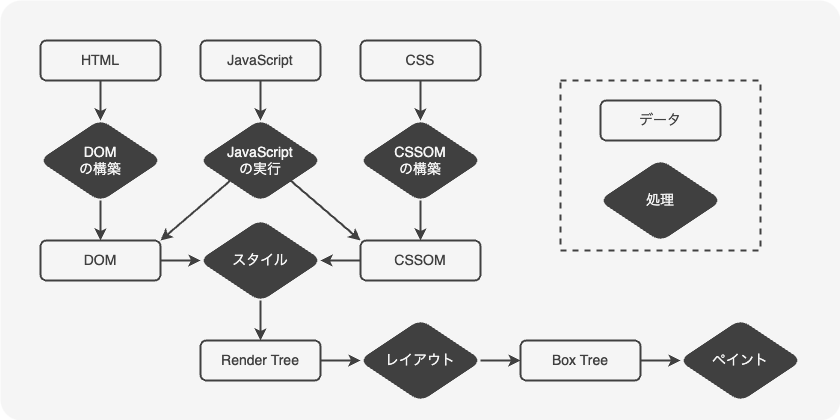
The draw.io diagram public/images/rendering-overview.png in hwld/portfolio, before a commit. Source tidied: cells renumbered, new cells last; positions are measured from the earlier drawing's top-left corner, leaving out a move shared by most shapes. Its diagram source:
```xml
<mxGraphModel>
  <root>
    <mxCell id="0" />
    <mxCell id="1" value="背景" parent="0" />
    <mxCell id="2" style="rounded=1;whiteSpace=wrap;html=1;fillColor=#F5F5F5;strokeColor=none;arcSize=5;" parent="1" vertex="1">
      <mxGeometry width="840" height="420" as="geometry" />
    </mxCell>
    <mxCell id="3" value="図" parent="0" />
    <mxCell id="4" value="HTML" style="rounded=1;whiteSpace=wrap;html=1;strokeColor=#404040;fontColor=#404040;strokeWidth=2;fontSize=14;fillColor=none;" parent="3" vertex="1">
      <mxGeometry x="40" y="40" width="120" height="40" as="geometry" />
    </mxCell>
    <mxCell id="5" value="CSS" style="rounded=1;whiteSpace=wrap;html=1;strokeColor=#404040;fontColor=#404040;strokeWidth=2;fontSize=14;fillColor=none;" parent="3" vertex="1">
      <mxGeometry x="360" y="40" width="120" height="40" as="geometry" />
    </mxCell>
    <mxCell id="6" value="JavaScript" style="rounded=1;whiteSpace=wrap;html=1;strokeColor=#404040;fontColor=#404040;strokeWidth=2;fontSize=14;fillColor=none;" parent="3" vertex="1">
      <mxGeometry x="200" y="40" width="120" height="40" as="geometry" />
    </mxCell>
    <mxCell id="7" value="DOM" style="rounded=1;whiteSpace=wrap;html=1;strokeColor=#404040;fontColor=#404040;strokeWidth=2;fontSize=14;fillColor=none;" parent="3" vertex="1">
      <mxGeometry x="40" y="240" width="120" height="40" as="geometry" />
    </mxCell>
    <mxCell id="8" value="CSSOM" style="rounded=1;whiteSpace=wrap;html=1;strokeColor=#404040;fontColor=#404040;strokeWidth=2;fontSize=14;fillColor=none;" parent="3" vertex="1">
      <mxGeometry x="360" y="240" width="120" height="40" as="geometry" />
    </mxCell>
    <mxCell id="9" value="Render Tree" style="rounded=1;whiteSpace=wrap;html=1;strokeColor=#404040;fontColor=#404040;strokeWidth=2;fontSize=14;fillColor=none;" parent="3" vertex="1">
      <mxGeometry x="200" y="340" width="120" height="40" as="geometry" />
    </mxCell>
    <mxCell id="10" value="Box Tree" style="rounded=1;whiteSpace=wrap;html=1;strokeColor=#404040;fontColor=#404040;strokeWidth=2;fontSize=14;fillColor=none;" parent="3" vertex="1">
      <mxGeometry x="520" y="340" width="120" height="40" as="geometry" />
    </mxCell>
    <mxCell id="11" value="レイアウト" style="rhombus;whiteSpace=wrap;html=1;strokeWidth=2;strokeColor=#404040;fontSize=14;fillColor=#404040;rounded=1;fontColor=#F5F5F5;" parent="3" vertex="1">
      <mxGeometry x="360" y="320" width="120" height="80" as="geometry" />
    </mxCell>
    <mxCell id="12" value="ペイント" style="rhombus;whiteSpace=wrap;html=1;strokeWidth=2;strokeColor=#404040;fontSize=14;fillColor=#404040;rounded=1;fontColor=#F5F5F5;" parent="3" vertex="1">
      <mxGeometry x="680" y="320" width="120" height="80" as="geometry" />
    </mxCell>
    <mxCell id="13" value="スタイル" style="rhombus;whiteSpace=wrap;html=1;strokeWidth=2;strokeColor=#404040;fontSize=14;fillColor=#404040;rounded=1;fontColor=#F5F5F5;" parent="3" vertex="1">
      <mxGeometry x="200" y="220" width="120" height="80" as="geometry" />
    </mxCell>
    <mxCell id="14" style="endArrow=classic;html=1;rounded=0;exitX=1;exitY=0.5;exitDx=0;exitDy=0;entryX=0;entryY=0.5;entryDx=0;entryDy=0;strokeWidth=2;strokeColor=#404040;" parent="3" edge="1" source="7" target="13">
      <mxGeometry relative="1" as="geometry" />
    </mxCell>
    <mxCell id="15" style="endArrow=classic;html=1;rounded=0;exitX=0.5;exitY=1;exitDx=0;exitDy=0;entryX=0.5;entryY=0;entryDx=0;entryDy=0;strokeWidth=2;strokeColor=#404040;" parent="3" edge="1" source="4" target="27">
      <mxGeometry relative="1" as="geometry" />
    </mxCell>
    <mxCell id="16" style="endArrow=classic;html=1;rounded=0;exitX=0.5;exitY=1;exitDx=0;exitDy=0;entryX=0.5;entryY=0;entryDx=0;entryDy=0;strokeWidth=2;strokeColor=#404040;" parent="3" edge="1" source="5" target="26">
      <mxGeometry relative="1" as="geometry" />
    </mxCell>
    <mxCell id="17" style="endArrow=classic;html=1;rounded=0;exitX=0.5;exitY=1;exitDx=0;exitDy=0;entryX=0.5;entryY=0;entryDx=0;entryDy=0;strokeWidth=2;strokeColor=#404040;" parent="3" edge="1" source="6" target="30">
      <mxGeometry relative="1" as="geometry" />
    </mxCell>
    <mxCell id="18" style="endArrow=classic;html=1;rounded=0;exitX=0;exitY=0.5;exitDx=0;exitDy=0;strokeWidth=2;strokeColor=#404040;entryX=1;entryY=0.5;entryDx=0;entryDy=0;" parent="3" edge="1" source="8" target="13">
      <mxGeometry relative="1" as="geometry" />
    </mxCell>
    <mxCell id="19" style="endArrow=classic;html=1;rounded=0;exitX=0.5;exitY=1;exitDx=0;exitDy=0;entryX=0.5;entryY=0;entryDx=0;entryDy=0;strokeWidth=2;strokeColor=#404040;" parent="3" edge="1" source="13" target="9">
      <mxGeometry relative="1" as="geometry" />
    </mxCell>
    <mxCell id="20" style="endArrow=classic;html=1;rounded=0;exitX=1;exitY=0.5;exitDx=0;exitDy=0;entryX=0;entryY=0.5;entryDx=0;entryDy=0;strokeWidth=2;strokeColor=#404040;" parent="3" edge="1" source="9" target="11">
      <mxGeometry relative="1" as="geometry" />
    </mxCell>
    <mxCell id="21" style="endArrow=classic;html=1;rounded=0;exitX=1;exitY=0.5;exitDx=0;exitDy=0;entryX=0;entryY=0.5;entryDx=0;entryDy=0;strokeWidth=2;strokeColor=#404040;" parent="3" edge="1" source="11" target="10">
      <mxGeometry relative="1" as="geometry" />
    </mxCell>
    <mxCell id="22" style="endArrow=classic;html=1;rounded=0;exitX=1;exitY=0.5;exitDx=0;exitDy=0;entryX=0;entryY=0.5;entryDx=0;entryDy=0;strokeWidth=2;strokeColor=#404040;" parent="3" edge="1" source="10" target="12">
      <mxGeometry relative="1" as="geometry" />
    </mxCell>
    <mxCell id="23" style="rounded=0;whiteSpace=wrap;html=1;strokeColor=#404040;fontColor=#404040;strokeWidth=2;fontSize=14;fillColor=none;dashed=1;" parent="3" vertex="1">
      <mxGeometry x="560" y="80" width="200" height="170" as="geometry" />
    </mxCell>
    <mxCell id="24" value="データ" style="rounded=1;whiteSpace=wrap;html=1;strokeColor=#404040;fontColor=#404040;strokeWidth=2;fontSize=14;fillColor=none;" parent="3" vertex="1">
      <mxGeometry x="600" y="100" width="120" height="40" as="geometry" />
    </mxCell>
    <mxCell id="25" value="処理" style="rhombus;whiteSpace=wrap;html=1;strokeWidth=2;strokeColor=#404040;fontSize=14;fillColor=#404040;rounded=1;fontColor=#F5F5F5;" parent="3" vertex="1">
      <mxGeometry x="600" y="160" width="120" height="80" as="geometry" />
    </mxCell>
    <mxCell id="26" value="CSSOM&lt;div&gt;の構築&lt;/div&gt;" style="rhombus;whiteSpace=wrap;html=1;strokeWidth=2;strokeColor=#404040;fontSize=14;fillColor=#404040;rounded=1;fontColor=#F5F5F5;" parent="3" vertex="1">
      <mxGeometry x="360" y="120" width="120" height="80" as="geometry" />
    </mxCell>
    <mxCell id="27" value="DOM&lt;div&gt;の構築&lt;/div&gt;" style="rhombus;whiteSpace=wrap;html=1;strokeWidth=2;strokeColor=#404040;fontSize=14;fillColor=#404040;rounded=1;fontColor=#F5F5F5;" parent="3" vertex="1">
      <mxGeometry x="40" y="120" width="120" height="80" as="geometry" />
    </mxCell>
    <mxCell id="28" style="endArrow=classic;html=1;rounded=0;exitX=0.5;exitY=1;exitDx=0;exitDy=0;entryX=0.5;entryY=0;entryDx=0;entryDy=0;strokeWidth=2;strokeColor=#404040;" parent="3" edge="1" source="26" target="8">
      <mxGeometry relative="1" as="geometry" />
    </mxCell>
    <mxCell id="29" style="endArrow=classic;html=1;rounded=0;exitX=0.5;exitY=1;exitDx=0;exitDy=0;entryX=0.5;entryY=0;entryDx=0;entryDy=0;strokeWidth=2;strokeColor=#404040;" parent="3" edge="1" source="27" target="7">
      <mxGeometry relative="1" as="geometry" />
    </mxCell>
    <mxCell id="30" value="JavaScript&lt;div&gt;の実行&lt;/div&gt;" style="rhombus;whiteSpace=wrap;html=1;strokeWidth=2;strokeColor=#404040;fontSize=14;fillColor=#404040;rounded=1;fontColor=#F5F5F5;" parent="3" vertex="1">
      <mxGeometry x="200" y="120" width="120" height="80" as="geometry" />
    </mxCell>
    <mxCell id="31" style="endArrow=classic;html=1;rounded=0;exitX=1;exitY=1;exitDx=0;exitDy=0;entryX=0;entryY=0;entryDx=0;entryDy=0;strokeWidth=2;strokeColor=#404040;" parent="3" edge="1" source="30" target="8">
      <mxGeometry relative="1" as="geometry" />
    </mxCell>
    <mxCell id="32" style="endArrow=classic;html=1;rounded=0;exitX=0;exitY=1;exitDx=0;exitDy=0;entryX=1;entryY=0;entryDx=0;entryDy=0;strokeWidth=2;strokeColor=#404040;" parent="3" edge="1" source="30" target="7">
      <mxGeometry relative="1" as="geometry" />
    </mxCell>
  </root>
</mxGraphModel>
```
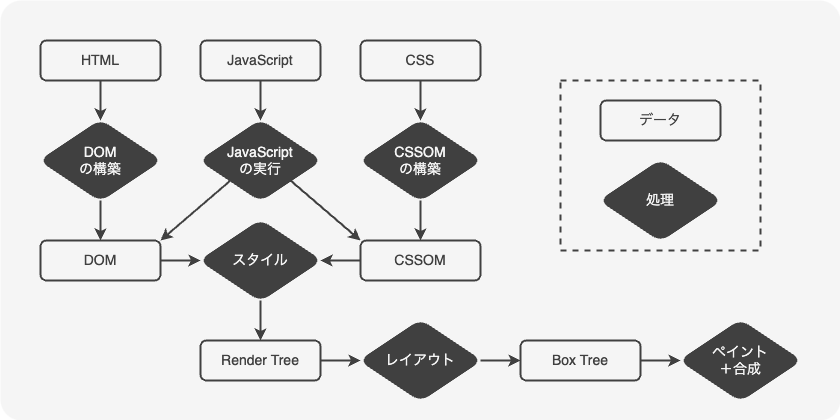
After the change.

The edit, as a diff of the source:
```diff
@@ -30,7 +30,7 @@
     <mxCell id="11" value="レイアウト" style="rhombus;whiteSpace=wrap;html=1;strokeWidth=2;strokeColor=#404040;fontSize=14;fillColor=#404040;rounded=1;fontColor=#F5F5F5;" parent="3" vertex="1">
       <mxGeometry x="360" y="320" width="120" height="80" as="geometry" />
     </mxCell>
-    <mxCell id="12" value="ペイント" style="rhombus;whiteSpace=wrap;html=1;strokeWidth=2;strokeColor=#404040;fontSize=14;fillColor=#404040;rounded=1;fontColor=#F5F5F5;" parent="3" vertex="1">
+    <mxCell id="12" value="ペイント&lt;div&gt;＋合成&lt;/div&gt;" style="rhombus;whiteSpace=wrap;html=1;strokeWidth=2;strokeColor=#404040;fontSize=14;fillColor=#404040;rounded=1;fontColor=#F5F5F5;" parent="3" vertex="1">
       <mxGeometry x="680" y="320" width="120" height="80" as="geometry" />
     </mxCell>
     <mxCell id="13" value="スタイル" style="rhombus;whiteSpace=wrap;html=1;strokeWidth=2;strokeColor=#404040;fontSize=14;fillColor=#404040;rounded=1;fontColor=#F5F5F5;" parent="3" vertex="1">
```
